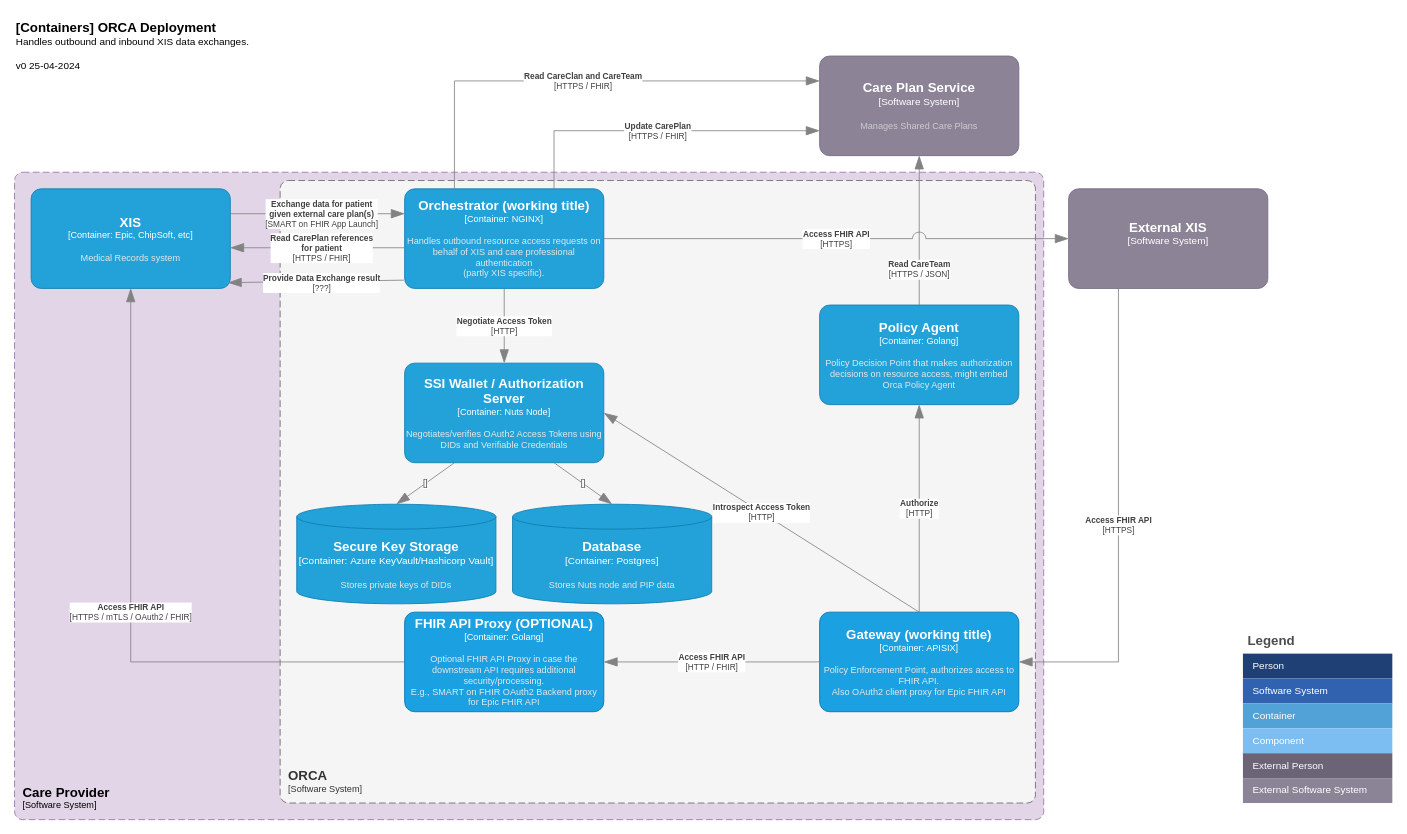
The draw.io diagram page "ORCA Container Diagram" (2 of 2) of docs/Orca Architectural Diagrams.drawio in SanteonNL/orca, before the edit. Source tidied: cells renumbered, new cells numbered last; positions are measured from the earlier drawing's top-left corner, leaving out a move shared by most shapes. Both pictures are drawn from the tidied source at 83%, with x=0, y=0 at pixel (14, 14).
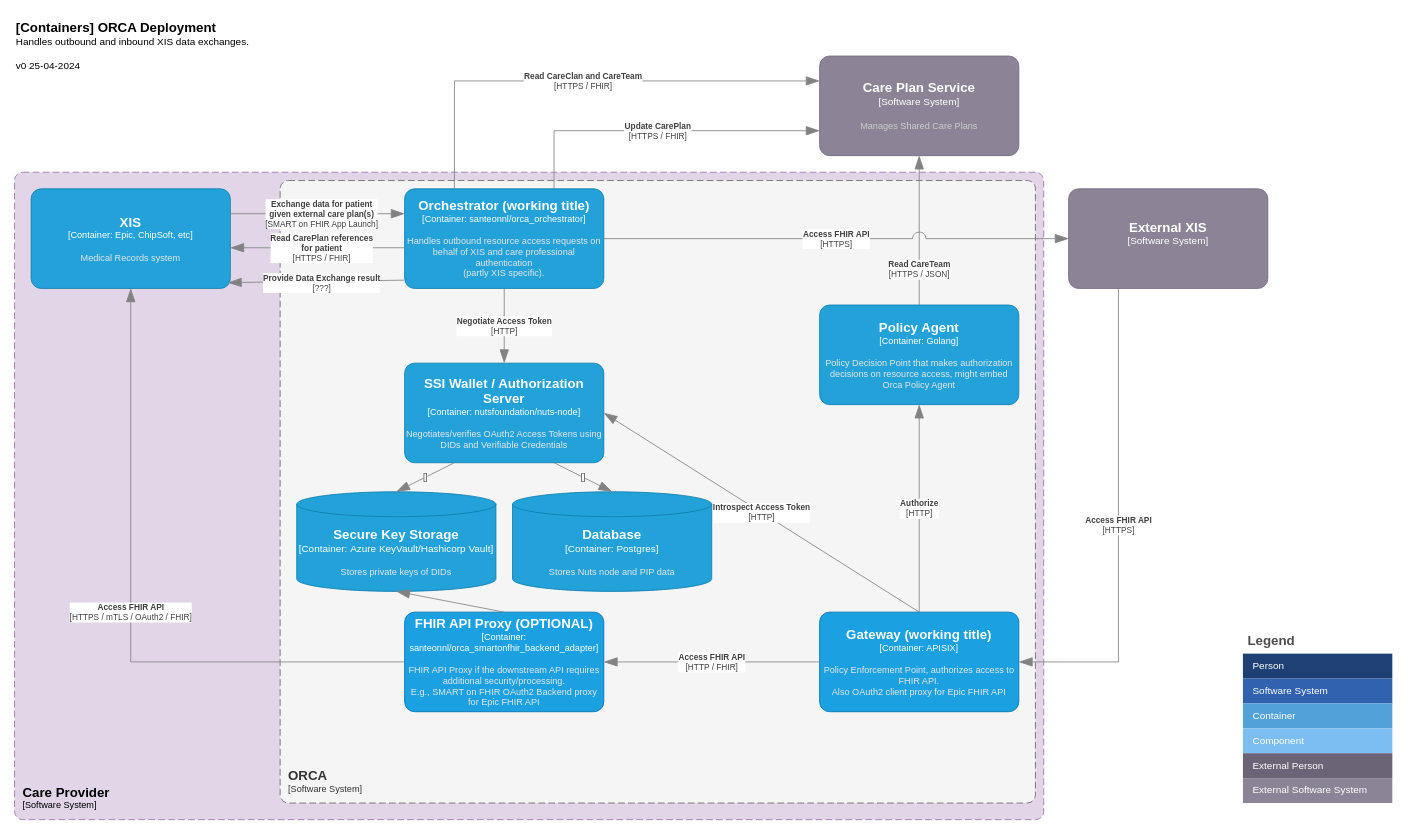
The same page after the edit.

Commit message (it also covers changes not shown here):
Diagram: SMART on FHIR Backend is to use secure key storage

What changed in the source:
```diff
@@
-    <object id="4" label="&lt;font style=&quot;font-size: 16px&quot;&gt;&lt;b&gt;%c4Name%&lt;/b&gt;&lt;/font&gt;&lt;div&gt;[%c4Type%: %c4Technology%]&lt;/div&gt;&lt;br&gt;&lt;div&gt;&lt;font style=&quot;font-size: 11px&quot;&gt;&lt;font color=&quot;#E6E6E6&quot;&gt;%c4Description%&lt;/font&gt;&lt;/div&gt;" c4Description="Negotiates/verifies OAuth2 Access Tokens using DIDs and Verifiable Credentials" c4Name="SSI Wallet / Authorization Server" c4Technology="Nuts Node" c4Type="Container" placeholders="1">
+    <object id="4" label="&lt;font style=&quot;font-size: 16px&quot;&gt;&lt;b&gt;%c4Name%&lt;/b&gt;&lt;/font&gt;&lt;div&gt;[%c4Type%: %c4Technology%]&lt;/div&gt;&lt;br&gt;&lt;div&gt;&lt;font style=&quot;font-size: 11px&quot;&gt;&lt;font color=&quot;#E6E6E6&quot;&gt;%c4Description%&lt;/font&gt;&lt;/div&gt;" c4Description="Negotiates/verifies OAuth2 Access Tokens using DIDs and Verifiable Credentials" c4Name="SSI Wallet / Authorization Server" c4Technology="nutsfoundation/nuts-node" c4Type="Container" placeholders="1">
       <mxCell style="rounded=1;whiteSpace=wrap;html=1;fontSize=11;labelBackgroundColor=none;fillColor=#23A2D9;fontColor=#ffffff;align=center;arcSize=10;strokeColor=#0E7DAD;points=[[0.25,0,0],[0.5,0,0],[0.75,0,0],[1,0.25,0],[1,0.5,0],[1,0.75,0],[0.75,1,0],[0.5,1,0],[0.25,1,0],[0,0.75,0],[0,0.5,0],[0,0.25,0]];" parent="1" vertex="1">
         <mxGeometry x="470" y="420" width="240" height="120" as="geometry" />
       </mxCell>
     </object>
@@
     <object id="10" label="&lt;font style=&quot;font-size: 16px&quot;&gt;&lt;b&gt;%c4Name%&lt;/b&gt;&lt;/font&gt;&lt;div&gt;[%c4Type%:&amp;nbsp;%c4Technology%]&lt;/div&gt;&lt;br&gt;&lt;div&gt;&lt;font style=&quot;font-size: 11px&quot;&gt;&lt;font color=&quot;#E6E6E6&quot;&gt;%c4Description%&lt;/font&gt;&lt;/div&gt;" c4Description="Stores Nuts node and PIP data" c4Name="Database" c4Technology="Postgres" c4Type="Container" placeholders="1">
       <mxCell style="shape=cylinder3;size=15;whiteSpace=wrap;html=1;boundedLbl=1;rounded=0;labelBackgroundColor=none;fillColor=#23A2D9;fontSize=12;fontColor=#ffffff;align=center;strokeColor=#0E7DAD;points=[[0.5,0,0],[1,0.25,0],[1,0.5,0],[1,0.75,0],[0.5,1,0],[0,0.75,0],[0,0.5,0],[0,0.25,0]];" parent="1" vertex="1">
-        <mxGeometry x="600" y="590" width="240" height="120" as="geometry" />
+        <mxGeometry x="600" y="575" width="240" height="120" as="geometry" />
       </mxCell>
     </object>
@@
-    <object id="12" label="&lt;font style=&quot;font-size: 16px&quot;&gt;&lt;b&gt;%c4Name%&lt;/b&gt;&lt;/font&gt;&lt;div&gt;[%c4Type%: %c4Technology%]&lt;/div&gt;&lt;br&gt;&lt;div&gt;&lt;font style=&quot;font-size: 11px&quot;&gt;&lt;font color=&quot;#E6E6E6&quot;&gt;%c4Description%&lt;/font&gt;&lt;/div&gt;" c4Description="Handles outbound resource access requests on behalf of XIS and care professional authentication&#10;(partly XIS specific)." c4Name="Orchestrator (working title)" c4Technology="NGINX" c4Type="Container" placeholders="1">
+    <object id="12" label="&lt;font style=&quot;font-size: 16px&quot;&gt;&lt;b&gt;%c4Name%&lt;/b&gt;&lt;/font&gt;&lt;div&gt;[%c4Type%: %c4Technology%]&lt;/div&gt;&lt;br&gt;&lt;div&gt;&lt;font style=&quot;font-size: 11px&quot;&gt;&lt;font color=&quot;#E6E6E6&quot;&gt;%c4Description%&lt;/font&gt;&lt;/div&gt;" c4Description="Handles outbound resource access requests on behalf of XIS and care professional authentication&#10;(partly XIS specific)." c4Name="Orchestrator (working title)" c4Technology="santeonnl/orca_orchestrator" c4Type="Container" placeholders="1">
       <mxCell style="rounded=1;whiteSpace=wrap;html=1;fontSize=11;labelBackgroundColor=none;fillColor=#23A2D9;fontColor=#ffffff;align=center;arcSize=10;strokeColor=#0E7DAD;points=[[0.25,0,0],[0.5,0,0],[0.75,0,0],[1,0.25,0],[1,0.5,0],[1,0.75,0],[0.75,1,0],[0.5,1,0],[0.25,1,0],[0,0.75,0],[0,0.5,0],[0,0.25,0]];spacingTop=0;" parent="1" vertex="1">
         <mxGeometry x="470" y="210" width="240" height="120" as="geometry" />
       </mxCell>
     </object>
@@
     <object id="39" label="&lt;font style=&quot;font-size: 16px&quot;&gt;&lt;b&gt;%c4Name%&lt;/b&gt;&lt;/font&gt;&lt;div&gt;[%c4Type%:&amp;nbsp;%c4Technology%]&lt;/div&gt;&lt;br&gt;&lt;div&gt;&lt;font style=&quot;font-size: 11px&quot;&gt;&lt;font color=&quot;#E6E6E6&quot;&gt;%c4Description%&lt;/font&gt;&lt;/div&gt;" c4Description="Stores private keys of DIDs" c4Name="Secure Key Storage" c4Technology="Azure KeyVault/Hashicorp Vault" c4Type="Container" placeholders="1">
       <mxCell style="shape=cylinder3;size=15;whiteSpace=wrap;html=1;boundedLbl=1;rounded=0;labelBackgroundColor=none;fillColor=#23A2D9;fontSize=12;fontColor=#ffffff;align=center;strokeColor=#0E7DAD;points=[[0.5,0,0],[1,0.25,0],[1,0.5,0],[1,0.75,0],[0.5,1,0],[0,0.75,0],[0,0.5,0],[0,0.25,0]];" parent="1" vertex="1">
-        <mxGeometry x="340" y="590" width="240" height="120" as="geometry" />
+        <mxGeometry x="340" y="575" width="240" height="120" as="geometry" />
       </mxCell>
     </object>
@@
-    <object id="41" label="&lt;font style=&quot;font-size: 16px&quot;&gt;&lt;b&gt;%c4Name%&lt;/b&gt;&lt;/font&gt;&lt;div&gt;[%c4Type%: %c4Technology%]&lt;/div&gt;&lt;br&gt;&lt;div&gt;&lt;font style=&quot;font-size: 11px&quot;&gt;&lt;font color=&quot;#E6E6E6&quot;&gt;%c4Description%&lt;/font&gt;&lt;/div&gt;" c4Description="Optional FHIR API Proxy in case the downstream API requires additional security/processing.&#10;E.g., SMART on FHIR OAuth2 Backend proxy for Epic FHIR API" c4Name="FHIR API Proxy (OPTIONAL)" c4Technology="Golang" c4Type="Container" placeholders="1">
+    <object id="41" label="&lt;font style=&quot;font-size: 16px&quot;&gt;&lt;b&gt;%c4Name%&lt;/b&gt;&lt;/font&gt;&lt;div&gt;[%c4Type%: %c4Technology%]&lt;/div&gt;&lt;br&gt;&lt;div&gt;&lt;font style=&quot;font-size: 11px&quot;&gt;&lt;font color=&quot;#E6E6E6&quot;&gt;%c4Description%&lt;/font&gt;&lt;/div&gt;" c4Description="FHIR API Proxy if the downstream API requires additional security/processing.&#10;E.g., SMART on FHIR OAuth2 Backend proxy for Epic FHIR API" c4Name="FHIR API Proxy (OPTIONAL)" c4Technology="santeonnl/orca_smartonfhir_backend_adapter" c4Type="Container" placeholders="1">
       <mxCell style="rounded=1;whiteSpace=wrap;html=1;fontSize=11;labelBackgroundColor=none;fillColor=#1ba1e2;align=center;arcSize=10;strokeColor=#006EAF;points=[[0.25,0,0],[0.5,0,0],[0.75,0,0],[1,0.25,0],[1,0.5,0],[1,0.75,0],[0.75,1,0],[0.5,1,0],[0.25,1,0],[0,0.75,0],[0,0.5,0],[0,0.25,0]];fontColor=#ffffff;" parent="1" vertex="1">
         <mxGeometry x="470" y="720" width="240" height="120" as="geometry" />
       </mxCell>
     </object>
@@
+    <mxCell id="43" style="endArrow=blockThin;html=1;fontSize=10;fontColor=#404040;strokeWidth=1;endFill=1;strokeColor=#828282;elbow=vertical;endSize=14;startSize=14;jumpStyle=arc;jumpSize=16;rounded=0;entryX=0.5;entryY=1;entryDx=0;entryDy=0;entryPerimeter=0;exitX=0.5;exitY=0;exitDx=0;exitDy=0;exitPerimeter=0;" parent="1" edge="1" source="41" target="39">
+      <mxGeometry relative="1" as="geometry" />
+    </mxCell>
```
